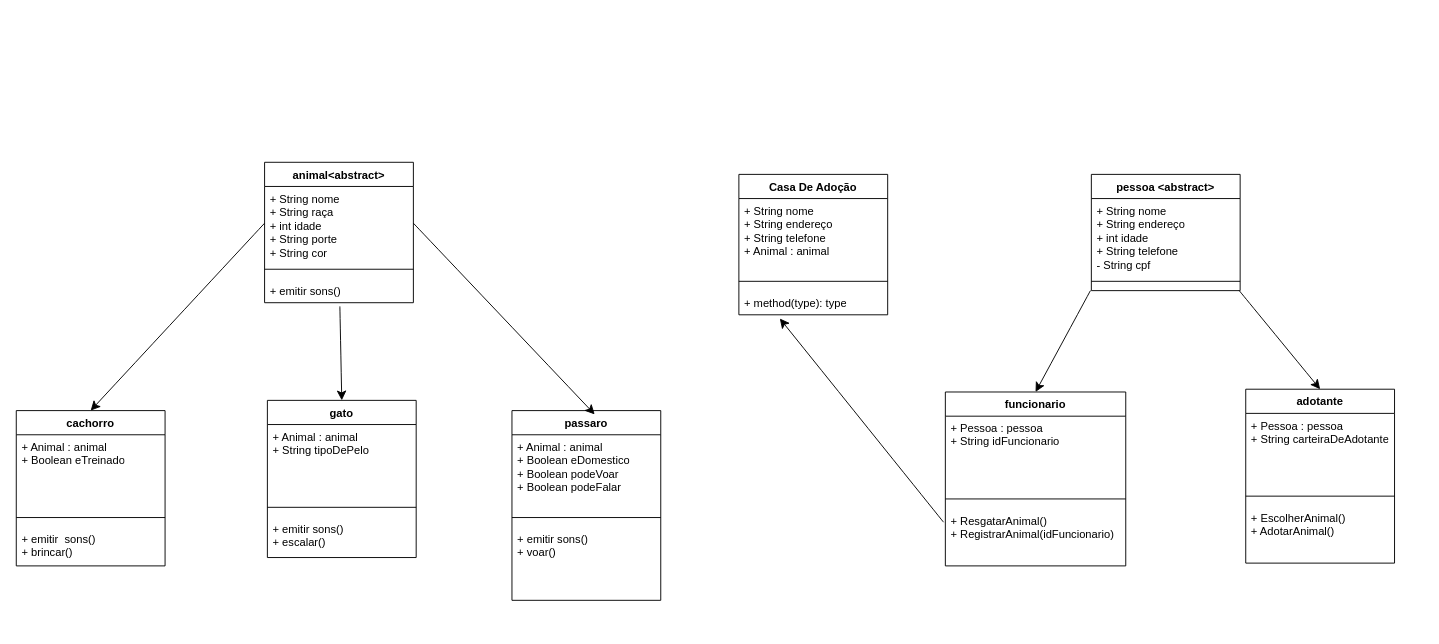
Above: Casa_De_Adocao.drawio.xml in Vikkkktor/Projeto-Final-Anderson (draw.io), before the change. Source tidied: cells renumbered, new cells numbered last; positions are measured from the earlier drawing's top-left corner, leaving out a move shared by most shapes. Both pictures are drawn from the tidied source at 93%, with x=0, y=0 at pixel (16, 162).
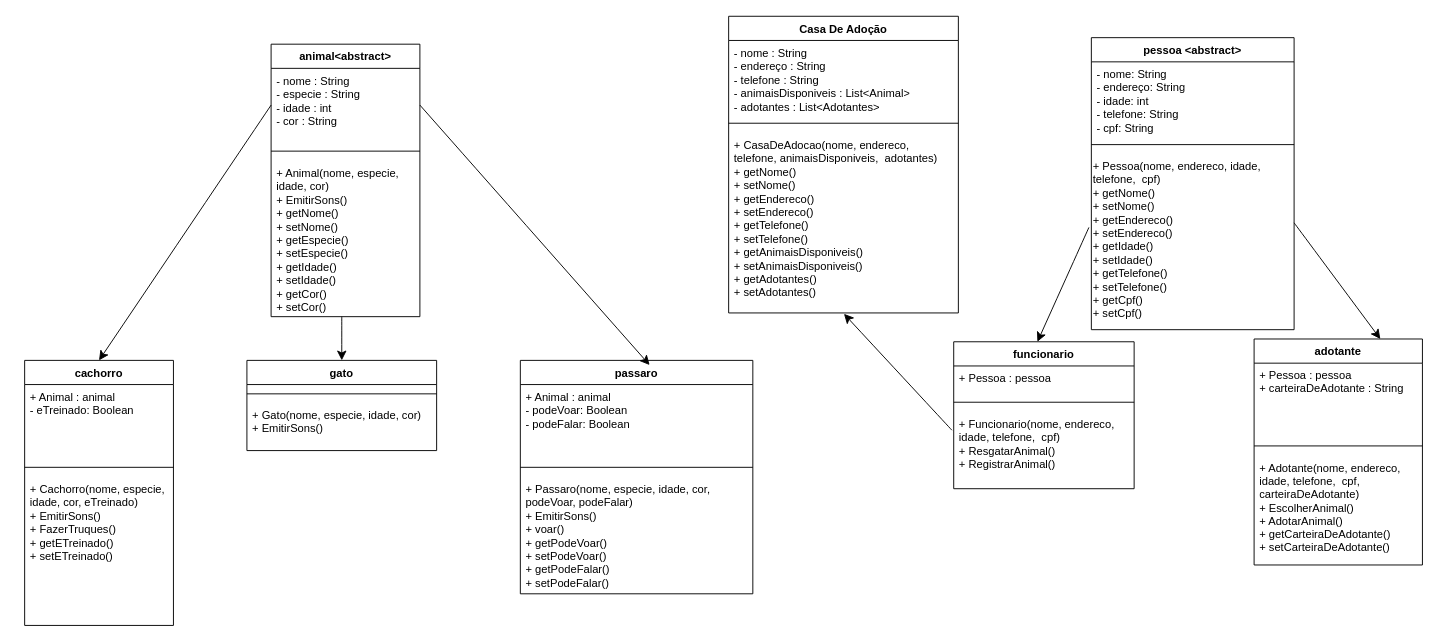
After the change.

The edit, as a diff of the source:
```diff
@@
     <mxCell id="2" value="animal&amp;lt;abstract&amp;gt;" style="swimlane;fontStyle=1;align=center;verticalAlign=top;horizontal=1;startSize=26;whiteSpace=wrap;html=1;" parent="1" vertex="1">
-      <mxGeometry x="267" width="160" height="151" as="geometry" />
+      <mxGeometry x="274" y="-127" width="160" height="293" as="geometry" />
     </mxCell>
-    <mxCell id="3" value="+ String nome&lt;div&gt;+ String raça&lt;/div&gt;&lt;div&gt;+ int idade&lt;/div&gt;&lt;div&gt;+ String porte&lt;/div&gt;&lt;div&gt;+ String cor&lt;/div&gt;" style="text;strokeColor=none;fillColor=none;align=left;verticalAlign=top;spacingLeft=4;spacingRight=4;overflow=hidden;points=[[0,0.5],[1,0.5]];portConstraint=eastwest;whiteSpace=wrap;html=1;" parent="2" vertex="1">
+    <mxCell id="3" value="- nome : String&amp;nbsp;&lt;div&gt;- especie : String&amp;nbsp;&lt;/div&gt;&lt;div&gt;- idade : int&lt;/div&gt;&lt;div&gt;- cor : String&lt;br&gt;&lt;/div&gt;" style="text;strokeColor=none;fillColor=none;align=left;verticalAlign=top;spacingLeft=4;spacingRight=4;overflow=hidden;points=[[0,0.5],[1,0.5]];portConstraint=eastwest;whiteSpace=wrap;html=1;" parent="2" vertex="1">
       <mxGeometry y="26" width="160" height="79" as="geometry" />
     </mxCell>
@@
-    <mxCell id="5" value="+ emitir sons()" style="text;strokeColor=none;fillColor=none;align=left;verticalAlign=top;spacingLeft=4;spacingRight=4;overflow=hidden;points=[[0,0.5],[1,0.5]];portConstraint=eastwest;whiteSpace=wrap;html=1;" parent="2" vertex="1">
-      <mxGeometry y="125" width="160" height="26" as="geometry" />
+    <mxCell id="5" value="&lt;div&gt;&lt;div&gt;+ Animal(nome, especie, idade, cor)&lt;/div&gt;&lt;/div&gt;+ EmitirSons()&lt;div&gt;&lt;div&gt;+ getNome()&lt;/div&gt;&lt;div&gt;+ setNome()&lt;/div&gt;&lt;div&gt;+ getEspecie()&lt;/div&gt;&lt;div&gt;+ setEspecie()&lt;/div&gt;&lt;div&gt;+ getIdade()&lt;/div&gt;&lt;div&gt;+ setIdade()&lt;/div&gt;&lt;div&gt;&lt;div&gt;+ getCor()&lt;/div&gt;&lt;div&gt;+ setCor()&lt;/div&gt;&lt;/div&gt;&lt;/div&gt;" style="text;strokeColor=none;fillColor=none;align=left;verticalAlign=top;spacingLeft=4;spacingRight=4;overflow=hidden;points=[[0,0.5],[1,0.5]];portConstraint=eastwest;whiteSpace=wrap;html=1;" parent="2" vertex="1">
+      <mxGeometry y="125" width="160" height="168" as="geometry" />
     </mxCell>
     <mxCell id="6" value="adotante" style="swimlane;fontStyle=1;align=center;verticalAlign=top;horizontal=1;startSize=26;whiteSpace=wrap;html=1;" parent="1" vertex="1">
-      <mxGeometry x="1322" y="244" width="160" height="187" as="geometry" />
+      <mxGeometry x="1331" y="190" width="181" height="243" as="geometry" />
     </mxCell>
-    <mxCell id="7" value="+ Pessoa : pessoa&lt;div&gt;+ String carteiraDeAdotante&lt;/div&gt;" style="text;strokeColor=none;fillColor=none;align=left;verticalAlign=top;spacingLeft=4;spacingRight=4;overflow=hidden;whiteSpace=wrap;html=1;" parent="6" vertex="1">
-      <mxGeometry y="26" width="160" height="79" as="geometry" />
+    <mxCell id="7" value="+ Pessoa : pessoa&lt;div&gt;+ carteiraDeAdotante : String&amp;nbsp;&lt;/div&gt;" style="text;strokeColor=none;fillColor=none;align=left;verticalAlign=top;spacingLeft=4;spacingRight=4;overflow=hidden;whiteSpace=wrap;html=1;" parent="6" vertex="1">
+      <mxGeometry y="26" width="181" height="79" as="geometry" />
     </mxCell>
     <mxCell id="8" style="line;strokeWidth=1;fillColor=none;align=left;verticalAlign=middle;spacingTop=-1;spacingLeft=3;spacingRight=3;labelPosition=right;strokeColor=inherit;" parent="6" vertex="1">
-      <mxGeometry y="105" width="160" height="20" as="geometry" />
+      <mxGeometry y="105" width="181" height="20" as="geometry" />
     </mxCell>
-    <mxCell id="9" value="+ EscolherAnimal()&lt;div&gt;+ AdotarAnimal()&lt;/div&gt;" style="text;strokeColor=none;fillColor=none;align=left;verticalAlign=top;spacingLeft=4;spacingRight=4;overflow=hidden;whiteSpace=wrap;html=1;" parent="6" vertex="1">
-      <mxGeometry y="125" width="160" height="62" as="geometry" />
+    <mxCell id="9" value="&lt;div&gt;+ Adotante(nome, endereco, idade, telefone,&amp;nbsp; cpf, carteiraDeAdotante)&lt;br&gt;&lt;/div&gt;+ EscolherAnimal()&lt;div&gt;+ AdotarAnimal()&lt;/div&gt;&lt;div&gt;&lt;div&gt;+ getCarteiraDeAdotante()&lt;/div&gt;&lt;div&gt;+ setCarteiraDeAdotante()&lt;/div&gt;&lt;/div&gt;&lt;div&gt;&lt;br&gt;&lt;/div&gt;" style="text;strokeColor=none;fillColor=none;align=left;verticalAlign=top;spacingLeft=4;spacingRight=4;overflow=hidden;whiteSpace=wrap;html=1;" parent="6" vertex="1">
+      <mxGeometry y="125" width="181" height="118" as="geometry" />
     </mxCell>
     <mxCell id="10" value="Casa De Adoção" style="swimlane;fontStyle=1;align=center;verticalAlign=top;horizontal=1;startSize=26;whiteSpace=wrap;html=1;" parent="1" vertex="1">
-      <mxGeometry x="777" y="13" width="160" height="151" as="geometry" />
+      <mxGeometry x="766" y="-157" width="247" height="319" as="geometry" />
     </mxCell>
-    <mxCell id="11" value="+ String nome&lt;div&gt;+ String endereço&lt;/div&gt;&lt;div&gt;+ String telefone&lt;/div&gt;&lt;div&gt;+ Animal : animal&lt;br&gt;&lt;/div&gt;" style="text;strokeColor=none;fillColor=none;align=left;verticalAlign=top;spacingLeft=4;spacingRight=4;overflow=hidden;whiteSpace=wrap;html=1;" parent="10" vertex="1">
-      <mxGeometry y="26" width="160" height="79" as="geometry" />
+    <mxCell id="11" value="- nome : String&lt;div&gt;- endereço : String&lt;/div&gt;&lt;div&gt;- telefone : String&lt;/div&gt;&lt;div&gt;- animaisDisponiveis : List&amp;lt;Animal&amp;gt;&lt;/div&gt;&lt;div&gt;- adotantes : List&amp;lt;Adotantes&amp;gt;&lt;br&gt;&lt;/div&gt;" style="text;strokeColor=none;fillColor=none;align=left;verticalAlign=top;spacingLeft=4;spacingRight=4;overflow=hidden;whiteSpace=wrap;html=1;" parent="10" vertex="1">
+      <mxGeometry y="26" width="247" height="79" as="geometry" />
     </mxCell>
     <mxCell id="12" style="line;strokeWidth=1;fillColor=none;align=left;verticalAlign=middle;spacingTop=-1;spacingLeft=3;spacingRight=3;labelPosition=right;strokeColor=inherit;" parent="10" vertex="1">
-      <mxGeometry y="105" width="160" height="20" as="geometry" />
+      <mxGeometry y="105" width="247" height="20" as="geometry" />
     </mxCell>
-    <mxCell id="13" value="+ method(type): type" style="text;strokeColor=none;fillColor=none;align=left;verticalAlign=top;spacingLeft=4;spacingRight=4;overflow=hidden;points=[[0,0.5],[1,0.5]];portConstraint=eastwest;whiteSpace=wrap;html=1;" parent="10" vertex="1">
-      <mxGeometry y="125" width="160" height="26" as="geometry" />
+    <mxCell id="13" value="&lt;span style=&quot;float: none; display: inline !important; color: rgb(0, 0, 0);&quot;&gt;+ CasaDeAdocao(nome, endereco, telefone, animaisDisponiveis,&amp;nbsp; adotantes)&lt;/span&gt;&lt;div style=&quot;color: rgb(0, 0, 0);&quot;&gt;&lt;div&gt;&lt;div&gt;+ getNome()&lt;/div&gt;&lt;div&gt;+ setNome()&lt;/div&gt;&lt;div&gt;+ getEndereco()&lt;/div&gt;&lt;div&gt;+ setEndereco()&lt;/div&gt;&lt;div&gt;+ getTelefone()&lt;/div&gt;&lt;div&gt;+ setTelefone()&lt;/div&gt;&lt;div&gt;&lt;div&gt;+ getAnimaisDisponiveis()&lt;/div&gt;&lt;div&gt;+ setAnimaisDisponiveis()&lt;/div&gt;&lt;/div&gt;&lt;div&gt;+ getAdotantes()&lt;/div&gt;&lt;div&gt;+ setAdotantes()&lt;/div&gt;&lt;/div&gt;&lt;div&gt;&lt;br&gt;&lt;/div&gt;&lt;/div&gt;" style="text;strokeColor=none;fillColor=none;align=left;verticalAlign=top;spacingLeft=4;spacingRight=4;overflow=hidden;points=[[0,0.5],[1,0.5]];portConstraint=eastwest;whiteSpace=wrap;html=1;" parent="10" vertex="1">
+      <mxGeometry y="125" width="247" height="194" as="geometry" />
     </mxCell>
     <mxCell id="14" value="gato" style="swimlane;fontStyle=1;align=center;verticalAlign=top;horizontal=1;startSize=26;whiteSpace=wrap;html=1;" parent="1" vertex="1">
-      <mxGeometry x="270" y="256" width="160" height="169" as="geometry" />
+      <mxGeometry x="248" y="213" width="204" height="97" as="geometry" />
     </mxCell>
-    <mxCell id="15" value="+ Animal : animal&lt;div&gt;+ String tipoDePelo&lt;/div&gt;" style="text;strokeColor=none;fillColor=none;align=left;verticalAlign=top;spacingLeft=4;spacingRight=4;overflow=hidden;whiteSpace=wrap;html=1;" parent="14" vertex="1">
-      <mxGeometry y="26" width="160" height="79" as="geometry" />
-    </mxCell>
     <mxCell id="16" style="line;strokeWidth=1;fillColor=none;align=left;verticalAlign=middle;spacingTop=-1;spacingLeft=3;spacingRight=3;labelPosition=right;strokeColor=inherit;" parent="14" vertex="1">
-      <mxGeometry y="105" width="160" height="20" as="geometry" />
+      <mxGeometry y="26" width="204" height="20" as="geometry" />
     </mxCell>
-    <mxCell id="17" value="+ emitir sons()&lt;div&gt;+ escalar()&lt;/div&gt;" style="text;strokeColor=none;fillColor=none;align=left;verticalAlign=top;spacingLeft=4;spacingRight=4;overflow=hidden;whiteSpace=wrap;html=1;" parent="14" vertex="1">
-      <mxGeometry y="125" width="160" height="44" as="geometry" />
+    <mxCell id="17" value="&lt;div&gt;+ Gato(nome, especie, idade, cor)&lt;/div&gt;&lt;div&gt;+ EmitirSons()&lt;div&gt;&lt;br&gt;&lt;/div&gt;&lt;/div&gt;" style="text;strokeColor=none;fillColor=none;align=left;verticalAlign=top;spacingLeft=4;spacingRight=4;overflow=hidden;whiteSpace=wrap;html=1;" parent="14" vertex="1">
+      <mxGeometry y="46" width="204" height="51" as="geometry" />
     </mxCell>
     <mxCell id="18" value="cachorro" style="swimlane;fontStyle=1;align=center;verticalAlign=top;horizontal=1;startSize=26;whiteSpace=wrap;html=1;" parent="1" vertex="1">
-      <mxGeometry y="267" width="160" height="167" as="geometry" />
+      <mxGeometry x="9" y="213" width="160" height="285" as="geometry" />
     </mxCell>
-    <mxCell id="19" value="+ Animal : animal&lt;div&gt;+ Boolean eTreinado&lt;/div&gt;" style="text;strokeColor=none;fillColor=none;align=left;verticalAlign=top;spacingLeft=4;spacingRight=4;overflow=hidden;whiteSpace=wrap;html=1;" parent="18" vertex="1">
+    <mxCell id="19" value="+ Animal : animal&lt;div&gt;- eTreinado: Boolean&amp;nbsp;&lt;/div&gt;" style="text;strokeColor=none;fillColor=none;align=left;verticalAlign=top;spacingLeft=4;spacingRight=4;overflow=hidden;whiteSpace=wrap;html=1;" parent="18" vertex="1">
       <mxGeometry y="26" width="160" height="79" as="geometry" />
     </mxCell>
@@
-    <mxCell id="21" value="+ emitir&amp;nbsp; sons()&amp;nbsp;&lt;div&gt;+ brincar()&lt;/div&gt;" style="text;strokeColor=none;fillColor=none;align=left;verticalAlign=top;spacingLeft=4;spacingRight=4;overflow=hidden;whiteSpace=wrap;html=1;" parent="18" vertex="1">
-      <mxGeometry y="125" width="160" height="42" as="geometry" />
+    <mxCell id="21" value="&lt;div&gt;&lt;div&gt;+ Cachorro(nome, especie, idade, cor, eTreinado)&lt;/div&gt;&lt;/div&gt;+ EmitirSons()&amp;nbsp;&lt;div&gt;+ FazerTruques()&lt;/div&gt;&lt;div&gt;&lt;div&gt;+ getETreinado()&lt;/div&gt;&lt;div&gt;+ setETreinado()&lt;/div&gt;&lt;div&gt;&lt;br&gt;&lt;/div&gt;&lt;/div&gt;" style="text;strokeColor=none;fillColor=none;align=left;verticalAlign=top;spacingLeft=4;spacingRight=4;overflow=hidden;whiteSpace=wrap;html=1;" parent="18" vertex="1">
+      <mxGeometry y="125" width="160" height="160" as="geometry" />
     </mxCell>
     <mxCell id="22" value="passaro" style="swimlane;fontStyle=1;align=center;verticalAlign=top;horizontal=1;startSize=26;whiteSpace=wrap;html=1;" parent="1" vertex="1">
-      <mxGeometry x="533" y="267" width="160" height="204" as="geometry" />
+      <mxGeometry x="542" y="213" width="250" height="251" as="geometry" />
     </mxCell>
-    <mxCell id="23" value="&lt;div&gt;+ Animal : animal&lt;/div&gt;+ Boolean eDomestico&lt;div&gt;+ Boolean podeVoar&lt;/div&gt;&lt;div&gt;+ Boolean podeFalar&lt;/div&gt;" style="text;strokeColor=none;fillColor=none;align=left;verticalAlign=top;spacingLeft=4;spacingRight=4;overflow=hidden;whiteSpace=wrap;html=1;" parent="22" vertex="1">
-      <mxGeometry y="26" width="160" height="79" as="geometry" />
+    <mxCell id="23" value="&lt;div&gt;+ Animal : animal&lt;/div&gt;&lt;div&gt;- podeVoar: Boolean&lt;/div&gt;&lt;div&gt;- podeFalar: Boolean&amp;nbsp;&lt;/div&gt;" style="text;strokeColor=none;fillColor=none;align=left;verticalAlign=top;spacingLeft=4;spacingRight=4;overflow=hidden;whiteSpace=wrap;html=1;" parent="22" vertex="1">
+      <mxGeometry y="26" width="250" height="79" as="geometry" />
     </mxCell>
     <mxCell id="24" style="line;strokeWidth=1;fillColor=none;align=left;verticalAlign=middle;spacingTop=-1;spacingLeft=3;spacingRight=3;labelPosition=right;strokeColor=inherit;" parent="22" vertex="1">
-      <mxGeometry y="105" width="160" height="20" as="geometry" />
+      <mxGeometry y="105" width="250" height="20" as="geometry" />
     </mxCell>
-    <mxCell id="25" value="+ emitir sons()&lt;div&gt;+ voar()&lt;/div&gt;" style="text;strokeColor=none;fillColor=none;align=left;verticalAlign=top;spacingLeft=4;spacingRight=4;overflow=hidden;whiteSpace=wrap;html=1;" parent="22" vertex="1">
-      <mxGeometry y="125" width="160" height="79" as="geometry" />
+    <mxCell id="25" value="&lt;div&gt;&lt;div&gt;+ Passaro(nome, especie, idade, cor, podeVoar, podeFalar)&lt;/div&gt;&lt;/div&gt;+ EmitirSons()&lt;div&gt;+ voar()&lt;/div&gt;&lt;div&gt;&lt;div&gt;+ getPodeVoar()&lt;br&gt;&lt;/div&gt;&lt;div&gt;&lt;div&gt;+ setPodeVoar()&lt;/div&gt;&lt;div&gt;+ getPodeFalar()&lt;/div&gt;&lt;div&gt;+ setPodeFalar()&lt;/div&gt;&lt;div&gt;&lt;br&gt;&lt;/div&gt;&lt;/div&gt;&lt;/div&gt;" style="text;strokeColor=none;fillColor=none;align=left;verticalAlign=top;spacingLeft=4;spacingRight=4;overflow=hidden;whiteSpace=wrap;html=1;" parent="22" vertex="1">
+      <mxGeometry y="125" width="250" height="126" as="geometry" />
     </mxCell>
@@
-    <mxCell id="28" style="edgeStyle=none;curved=1;rounded=0;jettySize=auto;html=1;fontSize=12;startSize=8;endSize=8;exitX=0.506;exitY=1.154;exitDx=0;exitDy=0;exitPerimeter=0;entryX=0.5;entryY=0;entryDx=0;entryDy=0;" parent="1" edge="1" source="5" target="14">
+    <mxCell id="28" style="edgeStyle=none;curved=1;rounded=0;jettySize=auto;html=1;fontSize=12;startSize=8;endSize=8;exitX=0.475;exitY=1;exitDx=0;exitDy=0;exitPerimeter=0;entryX=0.5;entryY=0;entryDx=0;entryDy=0;" parent="1" edge="1" source="5" target="14">
       <mxGeometry relative="1" as="geometry" />
     </mxCell>
     <mxCell id="29" value="funcionario" style="swimlane;fontStyle=1;align=center;verticalAlign=top;horizontal=1;startSize=26;whiteSpace=wrap;html=1;" parent="1" vertex="1">
-      <mxGeometry x="999" y="247" width="194" height="187" as="geometry" />
+      <mxGeometry x="1008" y="193" width="194" height="158" as="geometry" />
     </mxCell>
-    <mxCell id="30" value="+ Pessoa : pessoa&lt;div&gt;+ String idFuncionario&lt;/div&gt;" style="text;strokeColor=none;fillColor=none;align=left;verticalAlign=top;spacingLeft=4;spacingRight=4;overflow=hidden;whiteSpace=wrap;html=1;" parent="29" vertex="1">
-      <mxGeometry y="26" width="194" height="79" as="geometry" />
+    <mxCell id="30" value="+ Pessoa : pessoa&lt;div&gt;&lt;br&gt;&lt;/div&gt;" style="text;strokeColor=none;fillColor=none;align=left;verticalAlign=top;spacingLeft=4;spacingRight=4;overflow=hidden;whiteSpace=wrap;html=1;" parent="29" vertex="1">
+      <mxGeometry y="26" width="194" height="29" as="geometry" />
     </mxCell>
     <mxCell id="31" style="line;strokeWidth=1;fillColor=none;align=left;verticalAlign=middle;spacingTop=-1;spacingLeft=3;spacingRight=3;labelPosition=right;strokeColor=inherit;" parent="29" vertex="1">
-      <mxGeometry y="105" width="194" height="20" as="geometry" />
+      <mxGeometry y="55" width="194" height="20" as="geometry" />
     </mxCell>
-    <mxCell id="32" value="+ ResgatarAnimal()&lt;div&gt;+ RegistrarAnimal(idFuncionario)&lt;/div&gt;" style="text;strokeColor=none;fillColor=none;align=left;verticalAlign=top;spacingLeft=4;spacingRight=4;overflow=hidden;points=[[0,0.5],[1,0.5]];portConstraint=eastwest;whiteSpace=wrap;html=1;" parent="29" vertex="1">
-      <mxGeometry y="125" width="194" height="62" as="geometry" />
+    <mxCell id="32" value="&lt;div&gt;&lt;span style=&quot;float: none; display: inline !important; color: rgb(0, 0, 0);&quot;&gt;+ Funcionario(nome, endereco, idade, telefone,&amp;nbsp; cpf)&lt;/span&gt;&lt;div style=&quot;color: rgb(0, 0, 0);&quot;&gt;&lt;/div&gt;&lt;/div&gt;+ ResgatarAnimal()&lt;div&gt;+ RegistrarAnimal()&lt;/div&gt;" style="text;strokeColor=none;fillColor=none;align=left;verticalAlign=top;spacingLeft=4;spacingRight=4;overflow=hidden;points=[[0,0.5],[1,0.5]];portConstraint=eastwest;whiteSpace=wrap;html=1;" parent="29" vertex="1">
+      <mxGeometry y="75" width="194" height="83" as="geometry" />
     </mxCell>
     <mxCell id="33" value="pessoa &amp;lt;abstract&amp;gt;" style="swimlane;fontStyle=1;align=center;verticalAlign=top;horizontal=1;startSize=26;whiteSpace=wrap;html=1;" parent="1" vertex="1">
-      <mxGeometry x="1156" y="13" width="160" height="125" as="geometry" />
+      <mxGeometry x="1156" y="-134" width="218" height="314" as="geometry" />
     </mxCell>
-    <mxCell id="34" value="+ String nome&lt;div&gt;+ String endereço&lt;/div&gt;&lt;div&gt;+ int idade&lt;/div&gt;&lt;div&gt;+ String telefone&lt;/div&gt;&lt;div&gt;- String cpf&lt;/div&gt;" style="text;strokeColor=none;fillColor=none;align=left;verticalAlign=top;spacingLeft=4;spacingRight=4;overflow=hidden;whiteSpace=wrap;html=1;" parent="33" vertex="1">
-      <mxGeometry y="26" width="160" height="79" as="geometry" />
+    <mxCell id="34" value="- nome: String&amp;nbsp;&lt;div&gt;- endereço: String&lt;/div&gt;&lt;div&gt;- idade: int&amp;nbsp;&lt;/div&gt;&lt;div&gt;- telefone: String&amp;nbsp;&lt;/div&gt;&lt;div&gt;- cpf: String&amp;nbsp;&lt;/div&gt;" style="text;strokeColor=none;fillColor=none;align=left;verticalAlign=top;spacingLeft=4;spacingRight=4;overflow=hidden;whiteSpace=wrap;html=1;" parent="33" vertex="1">
+      <mxGeometry y="26" width="218" height="79" as="geometry" />
     </mxCell>
     <mxCell id="35" style="line;strokeWidth=1;fillColor=none;align=left;verticalAlign=middle;spacingTop=-1;spacingLeft=3;spacingRight=3;labelPosition=right;strokeColor=inherit;" parent="33" vertex="1">
-      <mxGeometry y="105" width="160" height="20" as="geometry" />
+      <mxGeometry y="105" width="218" height="20" as="geometry" />
     </mxCell>
+    <mxCell id="39" value="&lt;span style=&quot;color: rgb(0, 0, 0); font-family: Helvetica; font-size: 12px; font-style: normal; font-variant-ligatures: normal; font-variant-caps: normal; font-weight: 400; letter-spacing: normal; orphans: 2; text-align: left; text-indent: 0px; text-transform: none; white-space: normal; widows: 2; word-spacing: 0px; -webkit-text-stroke-width: 0px; text-decoration-thickness: initial; text-decoration-style: initial; text-decoration-color: initial; display: inline !important; float: none;&quot;&gt;+ Pessoa(nome, endereco, idade, telefone,&amp;nbsp; cpf)&lt;/span&gt;&lt;div style=&quot;forced-color-adjust: none; color: rgb(0, 0, 0); font-family: Helvetica; font-size: 12px; font-style: normal; font-variant-ligatures: normal; font-variant-caps: normal; font-weight: 400; letter-spacing: normal; orphans: 2; text-align: left; text-indent: 0px; text-transform: none; white-space: normal; widows: 2; word-spacing: 0px; -webkit-text-stroke-width: 0px; text-decoration-thickness: initial; text-decoration-style: initial; text-decoration-color: initial;&quot;&gt;&lt;div&gt;+ getNome()&lt;/div&gt;&lt;div&gt;+ setNome()&lt;/div&gt;&lt;div&gt;+ getEndereco()&lt;/div&gt;&lt;div&gt;+ setEndereco()&lt;/div&gt;&lt;div&gt;+ getIdade()&lt;/div&gt;&lt;div&gt;+ setIdade()&lt;/div&gt;&lt;div&gt;&lt;div&gt;+ getTelefone()&lt;/div&gt;&lt;div&gt;+ setTelefone()&lt;/div&gt;&lt;/div&gt;&lt;div&gt;+ getCpf()&lt;/div&gt;&lt;div&gt;+ setCpf()&lt;/div&gt;&lt;/div&gt;" style="text;whiteSpace=wrap;html=1;" parent="33" vertex="1">
+      <mxGeometry y="125" width="218" height="189" as="geometry" />
+    </mxCell>
-    <mxCell id="36" style="edgeStyle=none;curved=1;rounded=0;jettySize=auto;html=1;exitX=0;exitY=0.5;exitDx=0;exitDy=0;entryX=0.5;entryY=0;entryDx=0;entryDy=0;fontSize=12;startSize=8;endSize=8;" parent="1" edge="1" target="29">
-      <mxGeometry relative="1" as="geometry">
-        <mxPoint x="1155" y="138" as="sourcePoint" />
-      </mxGeometry>
+    <mxCell id="36" style="edgeStyle=none;curved=1;rounded=0;jettySize=auto;html=1;exitX=-0.012;exitY=0.418;exitDx=0;exitDy=0;entryX=0.464;entryY=0;entryDx=0;entryDy=0;fontSize=12;startSize=8;endSize=8;exitPerimeter=0;entryPerimeter=0;" parent="1" edge="1" source="39" target="29">
+      <mxGeometry relative="1" as="geometry" />
     </mxCell>
-    <mxCell id="37" style="edgeStyle=none;curved=1;rounded=0;jettySize=auto;html=1;exitX=1;exitY=0.5;exitDx=0;exitDy=0;entryX=0.5;entryY=0;entryDx=0;entryDy=0;fontSize=12;startSize=8;endSize=8;" parent="1" edge="1" target="6">
-      <mxGeometry relative="1" as="geometry">
-        <mxPoint x="1315" y="138" as="sourcePoint" />
-      </mxGeometry>
+    <mxCell id="37" style="edgeStyle=none;curved=1;rounded=0;jettySize=auto;html=1;exitX=1;exitY=0.392;exitDx=0;exitDy=0;entryX=0.75;entryY=0;entryDx=0;entryDy=0;fontSize=12;startSize=8;endSize=8;exitPerimeter=0;" parent="1" edge="1" source="39" target="6">
+      <mxGeometry relative="1" as="geometry" />
     </mxCell>
-    <mxCell id="38" style="edgeStyle=none;curved=1;rounded=0;jettySize=auto;html=1;fontSize=12;startSize=8;endSize=8;entryX=0.275;entryY=1.154;entryDx=0;entryDy=0;entryPerimeter=0;exitX=-0.01;exitY=0.242;exitDx=0;exitDy=0;exitPerimeter=0;" parent="1" edge="1" source="32" target="13">
+    <mxCell id="38" style="edgeStyle=none;curved=1;rounded=0;jettySize=auto;html=1;fontSize=12;startSize=8;endSize=8;exitX=-0.01;exitY=0.242;exitDx=0;exitDy=0;exitPerimeter=0;entryX=0.502;entryY=1.005;entryDx=0;entryDy=0;entryPerimeter=0;" parent="1" edge="1" source="32" target="13">
       <mxGeometry relative="1" as="geometry" />
     </mxCell>
```
